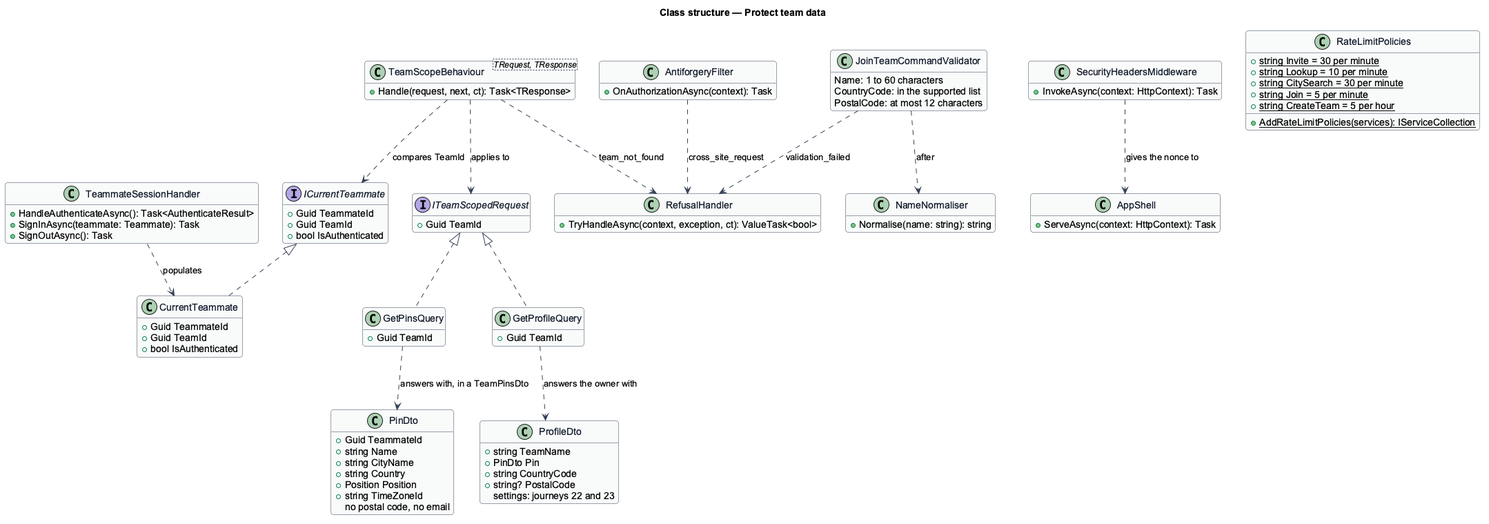
QuinntyneBrown/Mondino keeps this PlantUML diagram as docs/detailed-designs/platform/protect-team-data/diagrams/class-structure.png. Above is the earlier version. Source of this version:
```plantuml
@startuml
skinparam backgroundColor #FFFFFF
skinparam shadowing false
skinparam roundcorner 8
skinparam defaultFontName Arial
skinparam ArrowColor #344054
skinparam class {
  BorderColor #344054
  FontColor #101828
  BackgroundColor #F9FAFB
}
hide empty members
title Class structure — Protect team data

interface ICurrentTeammate {
  +Guid TeammateId
  +Guid TeamId
  +bool IsAuthenticated
}

class CurrentTeammate {
  +Guid TeammateId
  +Guid TeamId
  +bool IsAuthenticated
}

class TeammateSessionHandler {
  +HandleAuthenticateAsync(): Task<AuthenticateResult>
  +SignInAsync(teammate: Teammate): Task
  +SignOutAsync(): Task
}

interface ITeamScopedRequest {
  +Guid TeamId
}

class TeamScopeBehaviour<TRequest, TResponse> {
  +Handle(request, next, ct): Task<TResponse>
}

class AntiforgeryFilter {
  +OnAuthorizationAsync(context): Task
}

class AppShell {
  +ServeAsync(context: HttpContext): Task
}

class JoinTeamCommandValidator {
  Name: 1 to 60 characters
  CountryCode: in the supported list
  PostalCode: at most 12 characters
}

class NameNormaliser {
  +Normalise(name: string): string
}

class RateLimitPolicies {
  +{static} string Invite = 30 per minute
  +{static} string Lookup = 10 per minute
  +{static} string CitySearch = 30 per minute
  +{static} string Join = 5 per minute
  +{static} string CreateTeam = 5 per hour
  +{static} AddRateLimitPolicies(services): IServiceCollection
}

class SecurityHeadersMiddleware {
  +InvokeAsync(context: HttpContext): Task
}

class RefusalHandler {
  +TryHandleAsync(context, exception, ct): ValueTask<bool>
}

class PinDto {
  +Guid TeammateId
  +string Name
  +string CityName
  +string Country
  +Position Position
  +string TimeZoneId
  no postal code, no email
}

class ProfileDto {
  +string TeamName
  +PinDto Pin
  +string CountryCode
  +string? PostalCode
  settings: journeys 22 and 23
}

class GetPinsQuery {
  +Guid TeamId
}

class GetProfileQuery {
  +Guid TeamId
}

ICurrentTeammate <|.. CurrentTeammate
TeammateSessionHandler ..> CurrentTeammate : populates
TeamScopeBehaviour ..> ICurrentTeammate : compares TeamId
TeamScopeBehaviour ..> ITeamScopedRequest : applies to
ITeamScopedRequest <|.. GetPinsQuery
ITeamScopedRequest <|.. GetProfileQuery
TeamScopeBehaviour ..> RefusalHandler : team_not_found
JoinTeamCommandValidator ..> RefusalHandler : validation_failed
AntiforgeryFilter ..> RefusalHandler : cross_site_request
SecurityHeadersMiddleware ..> AppShell : gives the nonce to
JoinTeamCommandValidator ..> NameNormaliser : after
GetPinsQuery ..> PinDto : answers with, in a TeamPinsDto
GetProfileQuery ..> ProfileDto : answers the owner with
@enduml
```
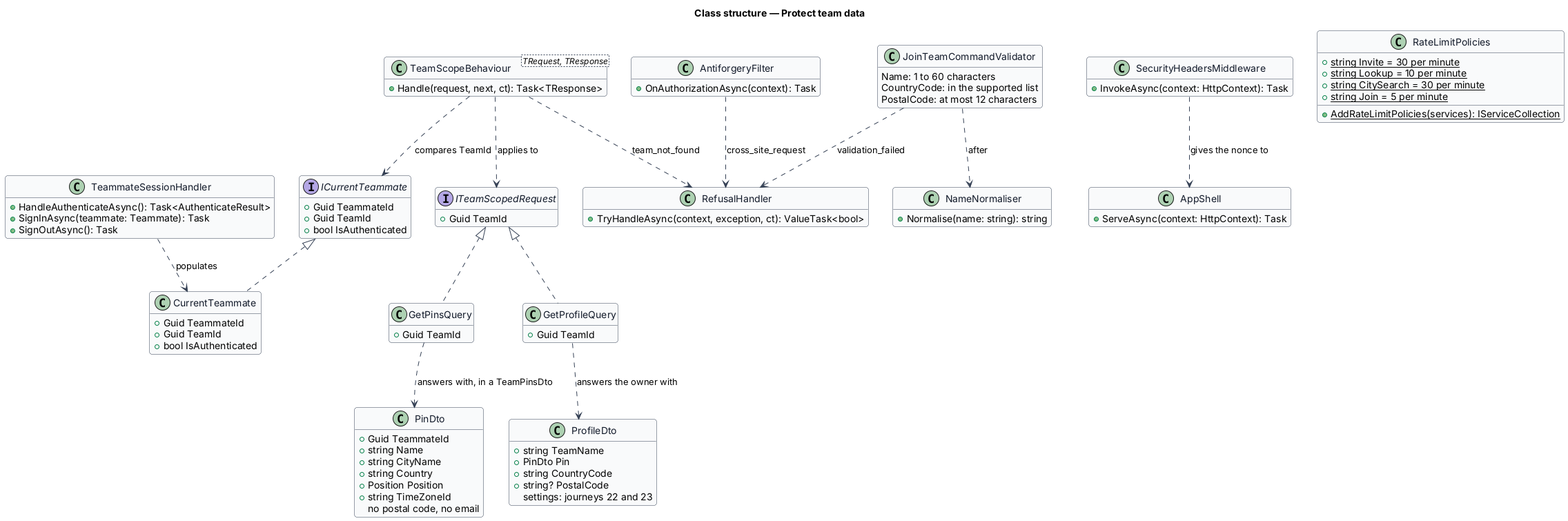
After the change.

The edit, as a diff of the source:
```diff
@@ -61,7 +61,6 @@
   +{static} string Lookup = 10 per minute
   +{static} string CitySearch = 30 per minute
   +{static} string Join = 5 per minute
-  +{static} string CreateTeam = 5 per hour
   +{static} AddRateLimitPolicies(services): IServiceCollection
 }
 
```
